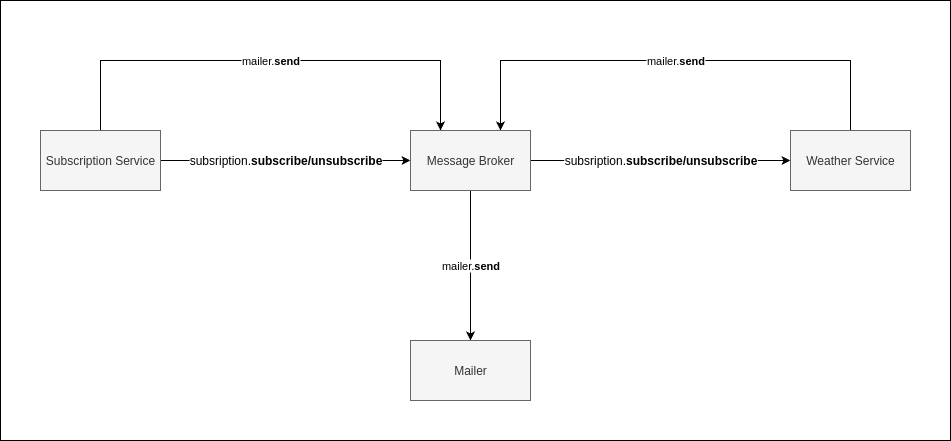
The draw.io diagram docs/adr/0010-microservices.png in GenesisEducationKyiv/software-engineering-school-5-0-velosypedno, before a commit. Source tidied: cells renumbered, new cells last; positions are measured from the earlier drawing's top-left corner, leaving out a move shared by most shapes.
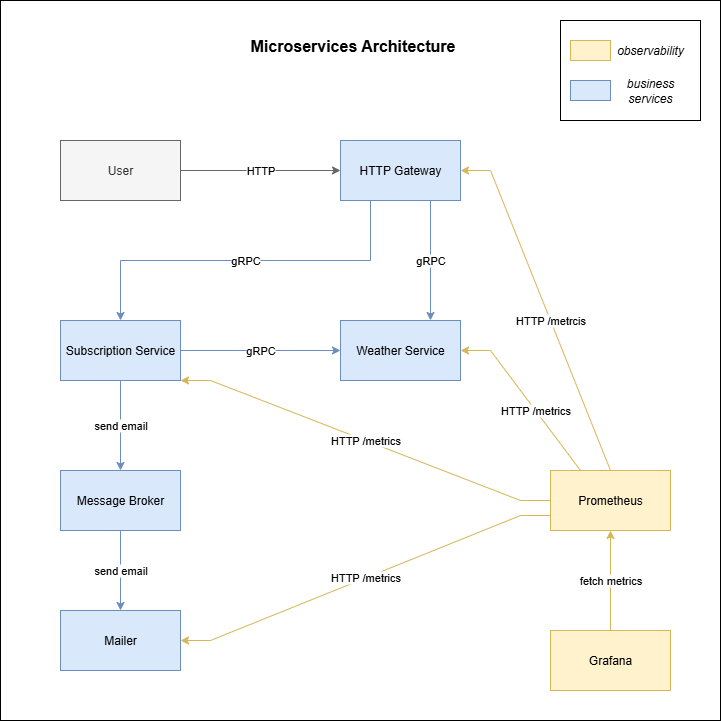
Above is the later version.

Commit message:
docs(adr): edit microservices diagram

Diff of the diagram source:
```diff
@@ -2,45 +2,86 @@
   <root>
     <mxCell id="0" />
     <mxCell id="1" parent="0" />
-    <mxCell id="2" style="rounded=0;whiteSpace=wrap;html=1;" parent="1" vertex="1">
-      <mxGeometry width="950" height="440" as="geometry" />
-    </mxCell>
-    <mxCell id="3" value="&lt;font style=&quot;font-size: 12px;&quot;&gt;subsription.&lt;b&gt;subscribe/unsubscribe&lt;/b&gt;&lt;/font&gt;" style="edgeStyle=orthogonalEdgeStyle;rounded=0;jettySize=auto;html=1;exitX=1;exitY=0.5;exitDx=0;exitDy=0;" parent="1" edge="1" source="5" target="10">
-      <mxGeometry relative="1" as="geometry" />
-    </mxCell>
-    <mxCell id="4" value="mailer.&lt;b&gt;send&lt;/b&gt;" style="edgeStyle=orthogonalEdgeStyle;rounded=0;jettySize=auto;html=1;exitX=0.5;exitY=0;exitDx=0;exitDy=0;entryX=0.25;entryY=0;entryDx=0;entryDy=0;" parent="1" edge="1" source="5" target="10">
-      <mxGeometry relative="1" as="geometry">
-        <Array as="points">
-          <mxPoint x="100" y="60" />
-          <mxPoint x="440" y="60" />
-        </Array>
-      </mxGeometry>
-    </mxCell>
+    <mxCell id="12" style="rounded=0;whiteSpace=wrap;html=1;" parent="1" vertex="1">
+      <mxGeometry x="180" y="-200" width="720" height="720" as="geometry" />
+    </mxCell>
+    <mxCell id="13" value="gRPC" style="edgeStyle=orthogonalEdgeStyle;rounded=0;jettySize=auto;html=1;exitX=0.25;exitY=1;exitDx=0;exitDy=0;fillColor=#dae8fc;strokeColor=#6c8ebf;" parent="1" edge="1" source="15" target="5">
+      <mxGeometry relative="1" as="geometry" />
+    </mxCell>
+    <mxCell id="14" value="gRPC" style="edgeStyle=orthogonalEdgeStyle;rounded=0;jettySize=auto;html=1;exitX=0.75;exitY=1;exitDx=0;exitDy=0;entryX=0.75;entryY=0;entryDx=0;entryDy=0;fillColor=#dae8fc;strokeColor=#6c8ebf;" parent="1" edge="1" source="15" target="7">
+      <mxGeometry relative="1" as="geometry" />
+    </mxCell>
+    <mxCell id="15" value="HTTP Gateway" style="rounded=0;whiteSpace=wrap;html=1;fillColor=#dae8fc;strokeColor=#6c8ebf;" parent="1" vertex="1">
+      <mxGeometry x="520" y="-60" width="120" height="60" as="geometry" />
+    </mxCell>
+    <mxCell id="16" value="gRPC" style="edgeStyle=orthogonalEdgeStyle;rounded=0;jettySize=auto;html=1;exitX=1;exitY=0.5;exitDx=0;exitDy=0;entryX=0;entryY=0.5;entryDx=0;entryDy=0;fillColor=#dae8fc;strokeColor=#6c8ebf;" parent="1" edge="1" source="5" target="7">
+      <mxGeometry relative="1" as="geometry" />
+    </mxCell>
+    <mxCell id="17" value="send email" style="edgeStyle=orthogonalEdgeStyle;rounded=0;jettySize=auto;html=1;exitX=0.5;exitY=1;exitDx=0;exitDy=0;entryX=0.5;entryY=0;entryDx=0;entryDy=0;fillColor=#dae8fc;strokeColor=#6c8ebf;" parent="1" edge="1" source="5" target="10">
+      <mxGeometry relative="1" as="geometry" />
+    </mxCell>
-    <mxCell id="5" value="Subscription Service" style="rounded=0;whiteSpace=wrap;html=1;fillColor=#f5f5f5;fontColor=#333333;strokeColor=#666666;" parent="1" vertex="1">
-      <mxGeometry x="40" y="130" width="120" height="60" as="geometry" />
+    <mxCell id="5" value="Subscription Service" style="rounded=0;whiteSpace=wrap;html=1;fillColor=#dae8fc;strokeColor=#6c8ebf;" parent="1" vertex="1">
+      <mxGeometry x="240" y="120" width="120" height="60" as="geometry" />
     </mxCell>
-    <mxCell id="6" value="mailer.&lt;b&gt;send&lt;/b&gt;" style="edgeStyle=orthogonalEdgeStyle;rounded=0;jettySize=auto;html=1;exitX=0.5;exitY=0;exitDx=0;exitDy=0;entryX=0.75;entryY=0;entryDx=0;entryDy=0;" parent="1" edge="1" source="7" target="10">
-      <mxGeometry relative="1" as="geometry">
-        <Array as="points">
-          <mxPoint x="850" y="60" />
-          <mxPoint x="500" y="60" />
-        </Array>
-      </mxGeometry>
-    </mxCell>
-    <mxCell id="7" value="Weather Service" style="rounded=0;whiteSpace=wrap;html=1;fillColor=#f5f5f5;fontColor=#333333;strokeColor=#666666;" parent="1" vertex="1">
-      <mxGeometry x="790" y="130" width="120" height="60" as="geometry" />
+    <mxCell id="7" value="Weather Service" style="rounded=0;whiteSpace=wrap;html=1;fillColor=#dae8fc;strokeColor=#6c8ebf;" parent="1" vertex="1">
+      <mxGeometry x="520" y="120" width="120" height="60" as="geometry" />
     </mxCell>
+    <mxCell id="18" value="HTTP" style="edgeStyle=orthogonalEdgeStyle;rounded=0;jettySize=auto;html=1;exitX=1;exitY=0.5;exitDx=0;exitDy=0;entryX=0;entryY=0.5;entryDx=0;entryDy=0;fillColor=#f5f5f5;strokeColor=#666666;" parent="1" edge="1" source="19" target="15">
+      <mxGeometry relative="1" as="geometry" />
+    </mxCell>
+    <mxCell id="19" value="User" style="rounded=0;whiteSpace=wrap;html=1;fillColor=#f5f5f5;strokeColor=#666666;fontColor=#333333;" parent="1" vertex="1">
+      <mxGeometry x="240" y="-60" width="120" height="60" as="geometry" />
+    </mxCell>
-    <mxCell id="8" value="mailer.&lt;b&gt;send&lt;/b&gt;" style="edgeStyle=orthogonalEdgeStyle;rounded=0;jettySize=auto;html=1;exitX=0.5;exitY=1;exitDx=0;exitDy=0;" parent="1" edge="1" source="10" target="11">
+    <mxCell id="8" value="send email" style="edgeStyle=orthogonalEdgeStyle;rounded=0;jettySize=auto;html=1;exitX=0.5;exitY=1;exitDx=0;exitDy=0;entryX=0.5;entryY=0;entryDx=0;entryDy=0;fillColor=#dae8fc;strokeColor=#6c8ebf;" parent="1" edge="1" source="10" target="11">
       <mxGeometry relative="1" as="geometry" />
     </mxCell>
-    <mxCell id="9" value="&lt;span style=&quot;color: rgb(0, 0, 0); font-family: Helvetica; font-size: 12px; font-style: normal; font-variant-ligatures: normal; font-variant-caps: normal; font-weight: 400; letter-spacing: normal; orphans: 2; text-align: center; text-indent: 0px; text-transform: none; widows: 2; word-spacing: 0px; -webkit-text-stroke-width: 0px; white-space: nowrap; background-color: rgb(255, 255, 255); text-decoration-thickness: initial; text-decoration-style: initial; text-decoration-color: initial; display: inline !important; float: none;&quot;&gt;subsription.&lt;/span&gt;&lt;b style=&quot;forced-color-adjust: none; color: rgb(0, 0, 0); font-family: Helvetica; font-size: 12px; font-style: normal; font-variant-ligatures: normal; font-variant-caps: normal; letter-spacing: normal; orphans: 2; text-align: center; text-indent: 0px; text-transform: none; widows: 2; word-spacing: 0px; -webkit-text-stroke-width: 0px; white-space: nowrap; background-color: rgb(255, 255, 255); text-decoration-thickness: initial; text-decoration-style: initial; text-decoration-color: initial;&quot;&gt;subscribe/unsubscribe&lt;/b&gt;" style="edgeStyle=orthogonalEdgeStyle;rounded=0;jettySize=auto;html=1;exitX=1;exitY=0.5;exitDx=0;exitDy=0;" parent="1" edge="1" source="10" target="7">
-      <mxGeometry relative="1" as="geometry" />
-    </mxCell>
-    <mxCell id="10" value="Message Broker" style="rounded=0;whiteSpace=wrap;html=1;fillColor=#f5f5f5;fontColor=#333333;strokeColor=#666666;" parent="1" vertex="1">
-      <mxGeometry x="410" y="130" width="120" height="60" as="geometry" />
+    <mxCell id="10" value="Message Broker" style="rounded=0;whiteSpace=wrap;html=1;fillColor=#dae8fc;strokeColor=#6c8ebf;" parent="1" vertex="1">
+      <mxGeometry x="240" y="270" width="120" height="60" as="geometry" />
     </mxCell>
-    <mxCell id="11" value="Mailer" style="rounded=0;whiteSpace=wrap;html=1;fillColor=#f5f5f5;fontColor=#333333;strokeColor=#666666;" parent="1" vertex="1">
-      <mxGeometry x="410" y="340" width="120" height="60" as="geometry" />
+    <mxCell id="11" value="Mailer" style="rounded=0;whiteSpace=wrap;html=1;fillColor=#dae8fc;strokeColor=#6c8ebf;" parent="1" vertex="1">
+      <mxGeometry x="240" y="410" width="120" height="60" as="geometry" />
     </mxCell>
+    <mxCell id="20" value="HTTP /metrics" style="rounded=0;jettySize=auto;html=1;exitX=0.5;exitY=0;exitDx=0;exitDy=0;entryX=1;entryY=0.5;entryDx=0;entryDy=0;edgeStyle=entityRelationEdgeStyle;fillColor=#fff2cc;strokeColor=#d6b656;" parent="1" edge="1" source="24" target="7">
+      <mxGeometry relative="1" as="geometry" />
+    </mxCell>
+    <mxCell id="21" value="HTTP /metrics" style="rounded=0;jettySize=auto;html=1;exitX=0;exitY=0.5;exitDx=0;exitDy=0;entryX=1;entryY=1;entryDx=0;entryDy=0;edgeStyle=entityRelationEdgeStyle;fillColor=#fff2cc;strokeColor=#d6b656;" parent="1" edge="1" source="24" target="5">
+      <mxGeometry relative="1" as="geometry" />
+    </mxCell>
+    <mxCell id="22" value="HTTP /metrics" style="rounded=0;jettySize=auto;html=1;exitX=0;exitY=0.75;exitDx=0;exitDy=0;entryX=1;entryY=0.5;entryDx=0;entryDy=0;edgeStyle=entityRelationEdgeStyle;fillColor=#fff2cc;strokeColor=#d6b656;" parent="1" edge="1" source="24" target="11">
+      <mxGeometry relative="1" as="geometry" />
+    </mxCell>
+    <mxCell id="23" value="HTTP /metrcis" style="edgeStyle=entityRelationEdgeStyle;rounded=0;jettySize=auto;html=1;exitX=0.75;exitY=0;exitDx=0;exitDy=0;entryX=1;entryY=0.5;entryDx=0;entryDy=0;elbow=vertical;fillColor=#fff2cc;strokeColor=#d6b656;" parent="1" edge="1" source="24" target="15">
+      <mxGeometry relative="1" as="geometry" />
+    </mxCell>
+    <mxCell id="24" value="Prometheus" style="rounded=0;whiteSpace=wrap;html=1;fillColor=#fff2cc;strokeColor=#d6b656;" parent="1" vertex="1">
+      <mxGeometry x="730" y="270" width="120" height="60" as="geometry" />
+    </mxCell>
+    <mxCell id="25" value="fetch metrics" style="edgeStyle=orthogonalEdgeStyle;rounded=0;jettySize=auto;html=1;exitX=0.5;exitY=0;exitDx=0;exitDy=0;entryX=0.5;entryY=1;entryDx=0;entryDy=0;fillColor=#fff2cc;strokeColor=#d6b656;" parent="1" edge="1" source="26" target="24">
+      <mxGeometry relative="1" as="geometry" />
+    </mxCell>
+    <mxCell id="26" value="Grafana" style="rounded=0;whiteSpace=wrap;html=1;fillColor=#fff2cc;strokeColor=#d6b656;" parent="1" vertex="1">
+      <mxGeometry x="730" y="430" width="120" height="60" as="geometry" />
+    </mxCell>
+    <mxCell id="27" style="group;" parent="1" vertex="1">
+      <mxGeometry x="740" y="-180" width="140" height="100" as="geometry" />
+    </mxCell>
+    <mxCell id="28" style="rounded=0;whiteSpace=wrap;html=1;" parent="27" vertex="1">
+      <mxGeometry width="140" height="100" as="geometry" />
+    </mxCell>
+    <mxCell id="29" style="rounded=0;whiteSpace=wrap;html=1;fillColor=#fff2cc;strokeColor=#d6b656;" parent="27" vertex="1">
+      <mxGeometry x="10" y="20" width="40" height="20" as="geometry" />
+    </mxCell>
+    <mxCell id="30" value="&lt;i&gt;observability&lt;/i&gt;" style="text;html=1;align=center;verticalAlign=middle;whiteSpace=wrap;rounded=0;" parent="27" vertex="1">
+      <mxGeometry x="50" y="15" width="80" height="30" as="geometry" />
+    </mxCell>
+    <mxCell id="31" style="rounded=0;whiteSpace=wrap;html=1;fillColor=#dae8fc;strokeColor=#6c8ebf;" parent="27" vertex="1">
+      <mxGeometry x="10" y="60" width="40" height="20" as="geometry" />
+    </mxCell>
+    <mxCell id="32" value="&lt;i&gt;business&lt;/i&gt;&lt;div&gt;&lt;i&gt;services&lt;/i&gt;&lt;/div&gt;" style="text;html=1;align=center;verticalAlign=middle;whiteSpace=wrap;rounded=0;" parent="27" vertex="1">
+      <mxGeometry x="50" y="55" width="80" height="30" as="geometry" />
+    </mxCell>
+    <mxCell id="33" value="&lt;font style=&quot;font-size: 16px;&quot;&gt;&lt;b style=&quot;&quot;&gt;Microservices Architecture&lt;/b&gt;&lt;/font&gt;" style="text;html=1;align=center;verticalAlign=middle;whiteSpace=wrap;rounded=0;" parent="1" vertex="1">
+      <mxGeometry x="420" y="-180" width="225" height="50" as="geometry" />
+    </mxCell>
   </root>
 </mxGraphModel>
```
